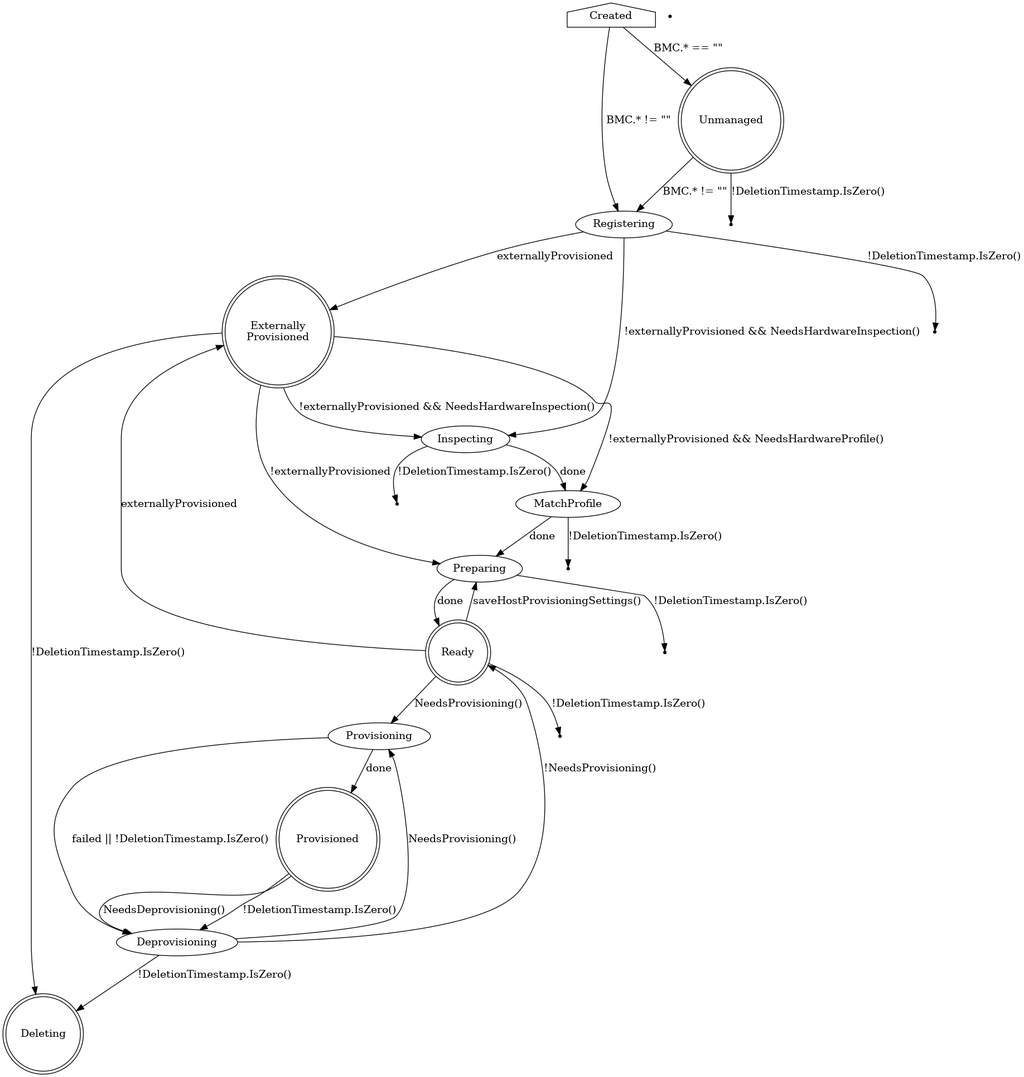
metal3-io/baremetal-operator keeps this Graphviz diagram as docs/BaremetalHost_ProvisioningState.png. Above is the earlier version. Its source is kept beside it as docs/BaremetalHost_ProvisioningState.dot.
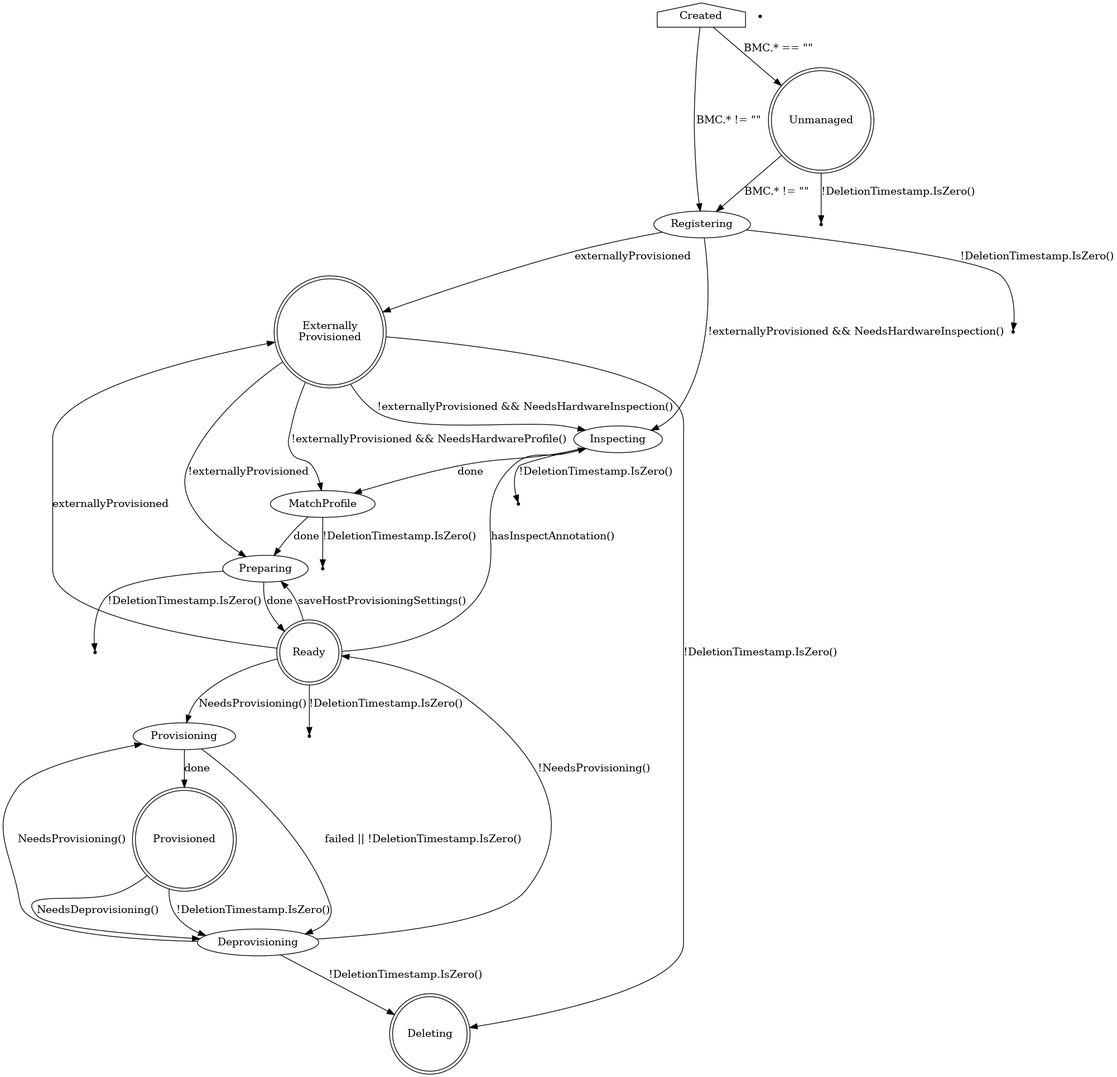
Above is the later version.

The edit, as a diff of the source:
```diff
@@ -43,6 +43,7 @@
     Ready -> Provisioning [label="NeedsProvisioning()"]
     Ready -> Preparing [label="saveHostProvisioningSettings()"]
     Ready -> Deleting7 [label="!DeletionTimestamp.IsZero()"]
+    Ready -> Inspecting [label="hasInspectAnnotation()"]
 
     Deleting7 [shape=point]
 
```
